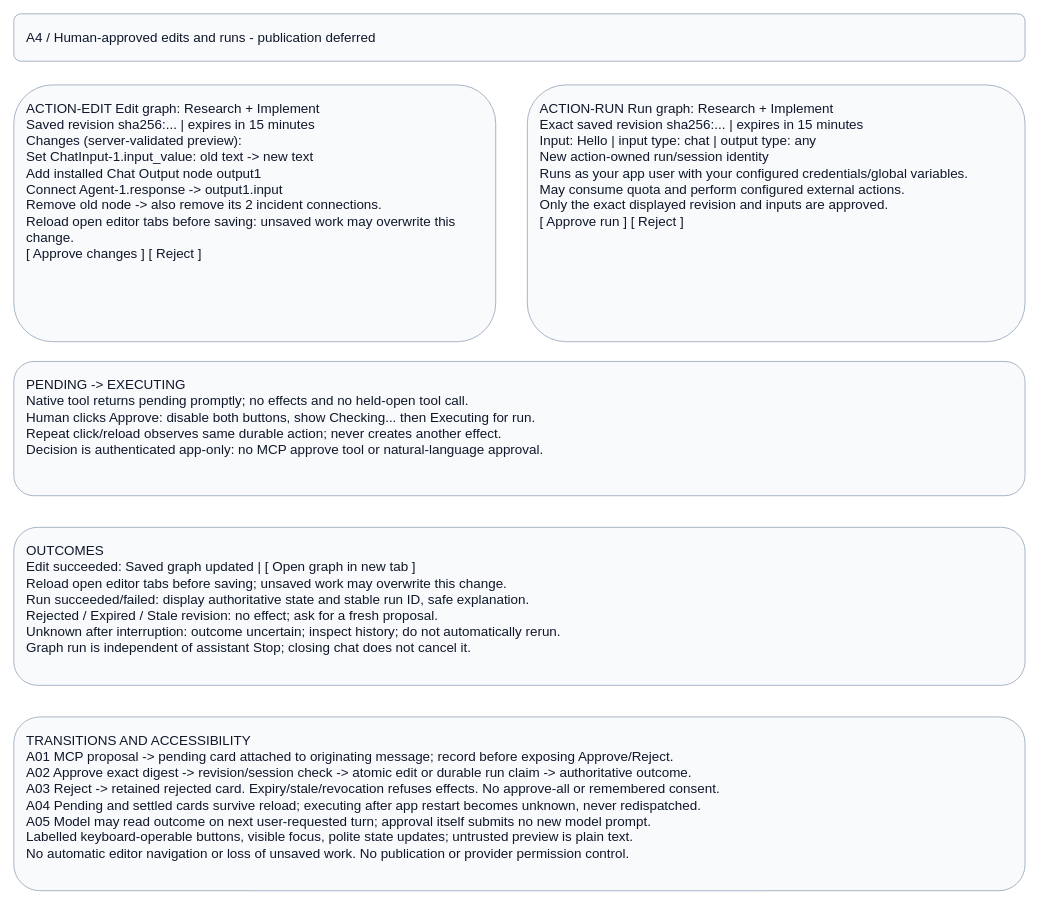
Above: page "A4 - Human-approved graph actions" (4 of 4) of projects/laomedo/subsystems/agent-execution/design/application-assistant.drawio in amadou-6e/specs (draw.io), before the change. Source tidied: cells renumbered, new cells numbered last; positions are measured from the earlier drawing's top-left corner, leaving out a move shared by most shapes. Both pictures are drawn from the tidied source at 79%, with x=0, y=0 at pixel (13, 13).
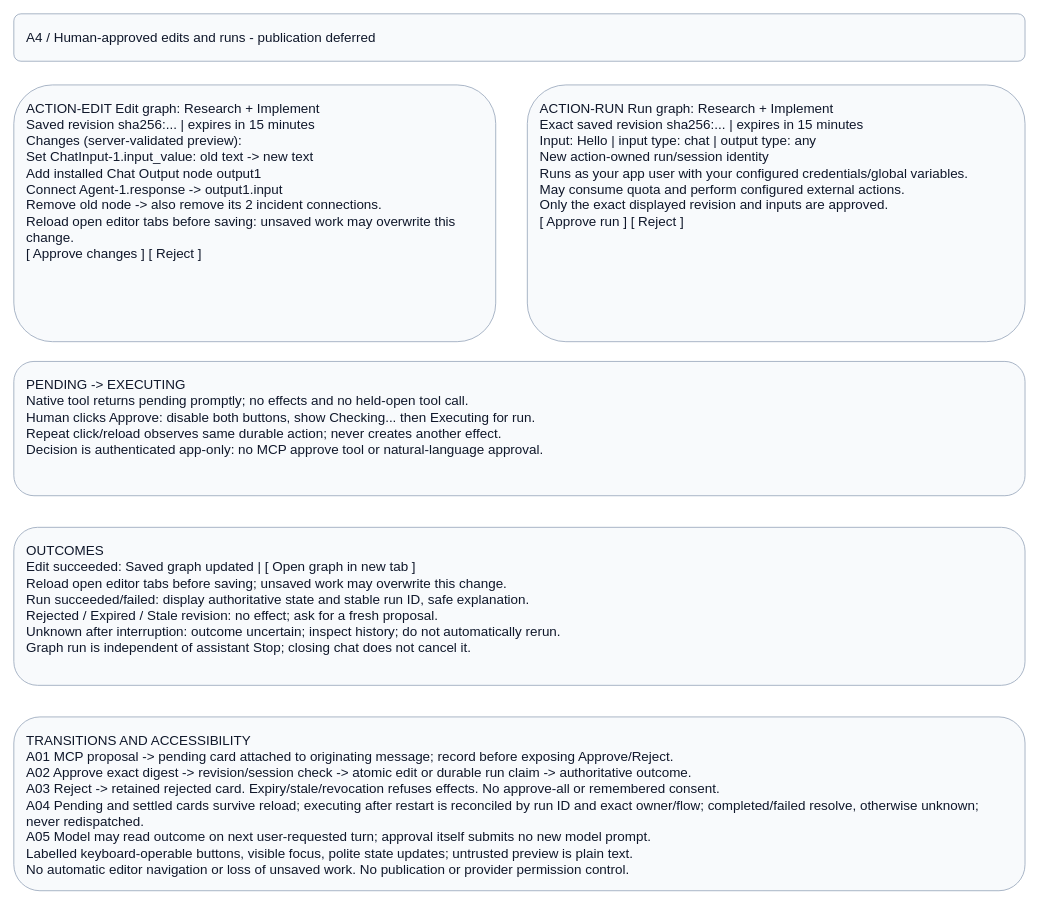
Above is the later version.

Commit message:
docs: align approval restart diagram with reviewed job reconciliation

The edit, as a diff of the source:
```diff
@@
 <mxGraphModel>
   <root>
     <mxCell id="0" />
     <mxCell id="1" parent="0" />
     <mxCell id="2" value="A4 / Human-approved edits and runs - publication deferred" style="rounded=1;whiteSpace=wrap;html=0;fillColor=#f8fafc;strokeColor=#94a3b8;fontColor=#0f172a;fontFamily=Arial;fontSize=17;align=left;verticalAlign=top;spacing=16;" parent="1" vertex="1">
       <mxGeometry width="1280" height="60" as="geometry" />
     </mxCell>
     <mxCell id="3" value="ACTION-EDIT  Edit graph: Research + Implement&#10;Saved revision sha256:... | expires in 15 minutes&#10;Changes (server-validated preview):&#10;Set ChatInput-1.input_value: old text -&gt; new text&#10;Add installed Chat Output node output1&#10;Connect Agent-1.response -&gt; output1.input&#10;Remove old node -&gt; also remove its 2 incident connections.&#10;Reload open editor tabs before saving: unsaved work may overwrite this change.&#10;[ Approve changes ] [ Reject ]" style="rounded=1;whiteSpace=wrap;html=0;fillColor=#f8fafc;strokeColor=#94a3b8;fontColor=#0f172a;fontFamily=Arial;fontSize=17;align=left;verticalAlign=top;spacing=16;" parent="1" vertex="1">
       <mxGeometry y="90" width="610" height="325" as="geometry" />
     </mxCell>
     <mxCell id="4" value="ACTION-RUN  Run graph: Research + Implement&#10;Exact saved revision sha256:... | expires in 15 minutes&#10;Input: Hello | input type: chat | output type: any&#10;New action-owned run/session identity&#10;Runs as your app user with your configured credentials/global variables.&#10;May consume quota and perform configured external actions.&#10;Only the exact displayed revision and inputs are approved.&#10;[ Approve run ] [ Reject ]" style="rounded=1;whiteSpace=wrap;html=0;fillColor=#f8fafc;strokeColor=#94a3b8;fontColor=#0f172a;fontFamily=Arial;fontSize=17;align=left;verticalAlign=top;spacing=16;" parent="1" vertex="1">
       <mxGeometry x="650" y="90" width="630" height="325" as="geometry" />
     </mxCell>
     <mxCell id="5" value="PENDING -&gt; EXECUTING&#10;Native tool returns pending promptly; no effects and no held-open tool call.&#10;Human clicks Approve: disable both buttons, show Checking... then Executing for run.&#10;Repeat click/reload observes same durable action; never creates another effect.&#10;Decision is authenticated app-only: no MCP approve tool or natural-language approval." style="rounded=1;whiteSpace=wrap;html=0;fillColor=#f8fafc;strokeColor=#94a3b8;fontColor=#0f172a;fontFamily=Arial;fontSize=17;align=left;verticalAlign=top;spacing=16;" parent="1" vertex="1">
       <mxGeometry y="440" width="1280" height="170" as="geometry" />
     </mxCell>
     <mxCell id="6" value="OUTCOMES&#10;Edit succeeded: Saved graph updated | [ Open graph in new tab ]&#10;Reload open editor tabs before saving; unsaved work may overwrite this change.&#10;Run succeeded/failed: display authoritative state and stable run ID, safe explanation.&#10;Rejected / Expired / Stale revision: no effect; ask for a fresh proposal.&#10;Unknown after interruption: outcome uncertain; inspect history; do not automatically rerun.&#10;Graph run is independent of assistant Stop; closing chat does not cancel it." style="rounded=1;whiteSpace=wrap;html=0;fillColor=#f8fafc;strokeColor=#94a3b8;fontColor=#0f172a;fontFamily=Arial;fontSize=17;align=left;verticalAlign=top;spacing=16;" parent="1" vertex="1">
       <mxGeometry y="650" width="1280" height="200" as="geometry" />
     </mxCell>
-    <mxCell id="7" value="TRANSITIONS AND ACCESSIBILITY&#10;A01 MCP proposal -&gt; pending card attached to originating message; record before exposing Approve/Reject.&#10;A02 Approve exact digest -&gt; revision/session check -&gt; atomic edit or durable run claim -&gt; authoritative outcome.&#10;A03 Reject -&gt; retained rejected card. Expiry/stale/revocation refuses effects. No approve-all or remembered consent.&#10;A04 Pending and settled cards survive reload; executing after app restart becomes unknown, never redispatched.&#10;A05 Model may read outcome on next user-requested turn; approval itself submits no new model prompt.&#10;Labelled keyboard-operable buttons, visible focus, polite state updates; untrusted preview is plain text.&#10;No automatic editor navigation or loss of unsaved work. No publication or provider permission control." style="rounded=1;whiteSpace=wrap;html=0;fillColor=#f8fafc;strokeColor=#94a3b8;fontColor=#0f172a;fontFamily=Arial;fontSize=17;align=left;verticalAlign=top;spacing=16;" parent="1" vertex="1">
+    <mxCell id="7" value="TRANSITIONS AND ACCESSIBILITY&#10;A01 MCP proposal -&gt; pending card attached to originating message; record before exposing Approve/Reject.&#10;A02 Approve exact digest -&gt; revision/session check -&gt; atomic edit or durable run claim -&gt; authoritative outcome.&#10;A03 Reject -&gt; retained rejected card. Expiry/stale/revocation refuses effects. No approve-all or remembered consent.&#10;A04 Pending and settled cards survive reload; executing after restart is reconciled by run ID and exact owner/flow; completed/failed resolve, otherwise unknown; never redispatched.&#10;A05 Model may read outcome on next user-requested turn; approval itself submits no new model prompt.&#10;Labelled keyboard-operable buttons, visible focus, polite state updates; untrusted preview is plain text.&#10;No automatic editor navigation or loss of unsaved work. No publication or provider permission control." style="rounded=1;whiteSpace=wrap;html=0;fillColor=#f8fafc;strokeColor=#94a3b8;fontColor=#0f172a;fontFamily=Arial;fontSize=17;align=left;verticalAlign=top;spacing=16;" parent="1" vertex="1">
       <mxGeometry y="890" width="1280" height="220" as="geometry" />
     </mxCell>
   </root>
 </mxGraphModel>
```
